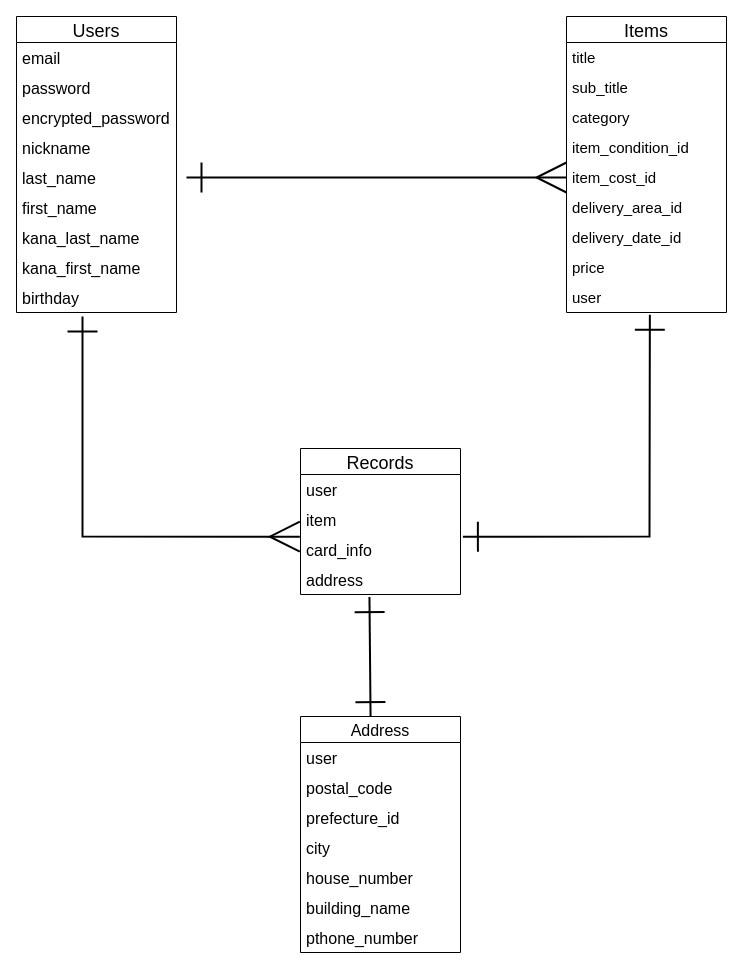
The draw.io diagram test.dio in Ryo-Nogawa/furima-32062, before the edit. Source tidied: cells renumbered, new cells numbered last; positions are measured from the earlier drawing's top-left corner, leaving out a move shared by most shapes. Both pictures are drawn from the tidied source at 100%, with x=0, y=0 at pixel (16, 16).
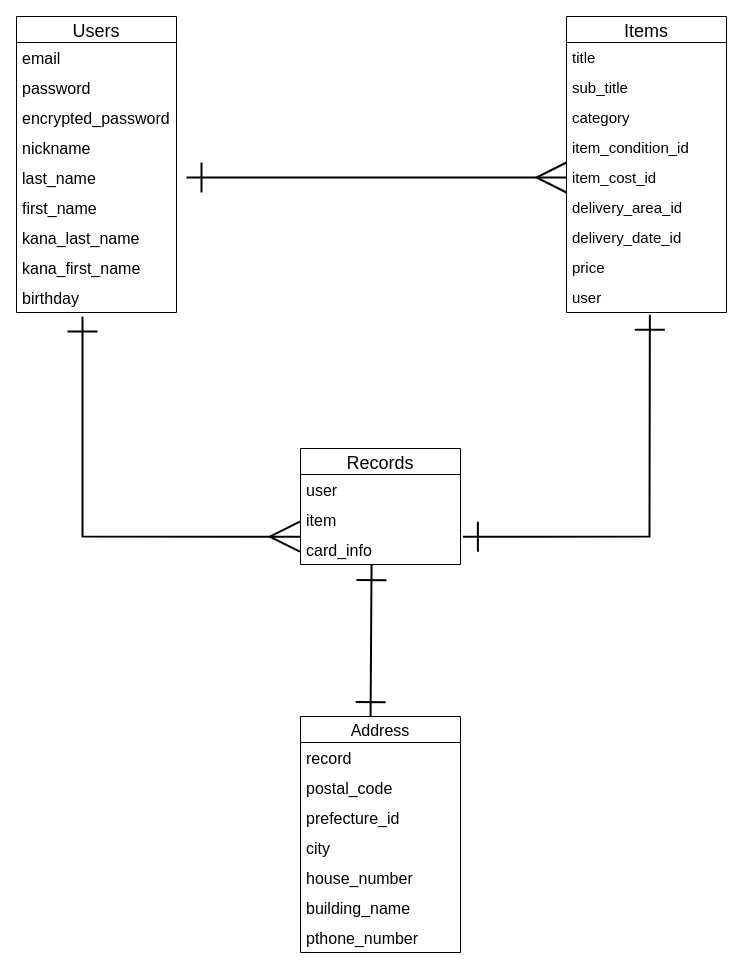
Above is the later version.

Commit message (it also covers changes not shown here):
addressテーブルのカラム、アソシエーション変更

The change refers to these unchanged cells:
```xml
<mxCell id="26" value="card_info" style="text;strokeColor=none;fillColor=none;spacingLeft=4;spacingRight=4;overflow=hidden;points=[[0,0.5],[1,0.5]];portConstraint=eastwest;fontSize=16;" parent="23" vertex="1">
  <mxGeometry y="86" width="160" height="30" as="geometry" />
</mxCell>
<mxCell id="31" value="Address" style="swimlane;fontStyle=0;horizontal=1;startSize=26;align=center;fontSize=16;" parent="1" vertex="1">
  <mxGeometry x="284" y="700" width="160" height="236" as="geometry" />
</mxCell>
```

What changed in the source:
```diff
@@
     <mxCell id="23" value="Records" style="swimlane;fontStyle=0;horizontal=1;startSize=26;align=center;fontSize=18;" parent="1" vertex="1">
-      <mxGeometry x="284" y="432" width="160" height="146" as="geometry" />
+      <mxGeometry x="284" y="432" width="160" height="116" as="geometry" />
     </mxCell>
@@
-    <mxCell id="27" value="address" style="text;strokeColor=none;fillColor=none;spacingLeft=4;spacingRight=4;overflow=hidden;points=[[0,0.5],[1,0.5]];portConstraint=eastwest;fontSize=16;" parent="23" vertex="1">
-      <mxGeometry y="116" width="160" height="30" as="geometry" />
-    </mxCell>
@@
-    <mxCell id="30" style="endArrow=ERone;html=1;rounded=0;fontSize=16;exitX=0.431;exitY=1.087;exitDx=0;exitDy=0;exitPerimeter=0;strokeWidth=2;startArrow=ERone;startFill=0;endFill=0;endSize=27;startSize=27;entryX=0.438;entryY=0.003;entryDx=0;entryDy=0;entryPerimeter=0;" parent="1" edge="1" source="27" target="31">
+    <mxCell id="30" style="endArrow=ERone;html=1;rounded=0;fontSize=16;exitX=0.444;exitY=1.02;exitDx=0;exitDy=0;exitPerimeter=0;strokeWidth=2;startArrow=ERone;startFill=0;endFill=0;endSize=27;startSize=27;entryX=0.438;entryY=0.003;entryDx=0;entryDy=0;entryPerimeter=0;" parent="1" edge="1" source="26" target="31">
       <mxGeometry relative="1" as="geometry" />
     </mxCell>
@@
-    <mxCell id="32" value="user" style="text;strokeColor=none;fillColor=none;spacingLeft=4;spacingRight=4;overflow=hidden;fontSize=16;" parent="31" vertex="1">
+    <mxCell id="32" value="record" style="text;strokeColor=none;fillColor=none;spacingLeft=4;spacingRight=4;overflow=hidden;fontSize=16;" parent="31" vertex="1">
       <mxGeometry y="26" width="160" height="30" as="geometry" />
     </mxCell>
```
